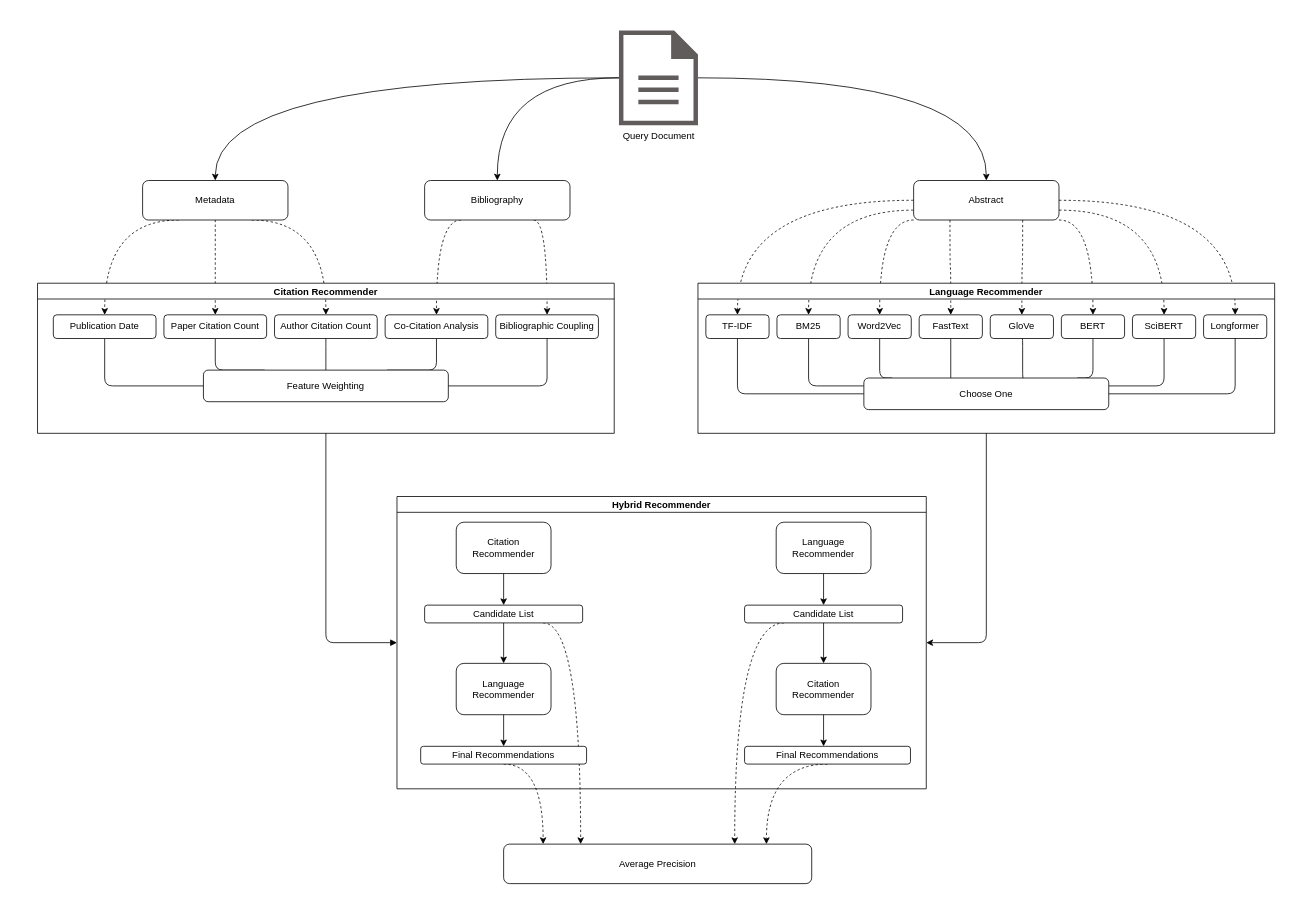
Above: static/hybrid-architecture.drawio in joel-beck/readnext (draw.io), before the change. Source tidied: cells renumbered, new cells numbered last; positions are measured from the earlier drawing's top-left corner, leaving out a move shared by most shapes. Both pictures are drawn from the tidied source at 79%, with x=0, y=0 at pixel (37, 30).
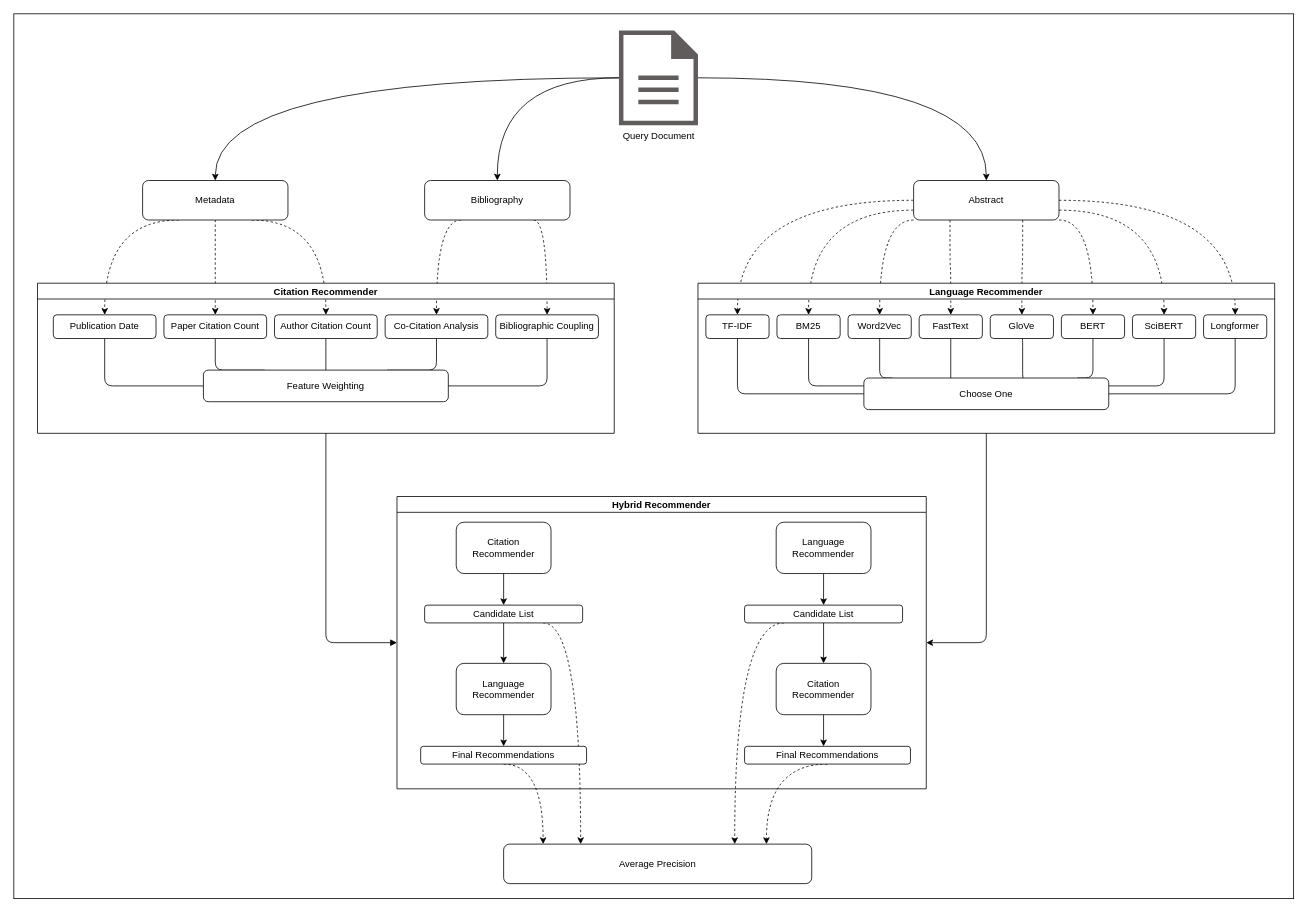
After the change.

Commit message (it also covers changes not shown here):
include boundary in diagram

Diff of the diagram source:
```diff
@@
+    <mxCell id="75" style="rounded=0;whiteSpace=wrap;html=1;strokeColor=default;fillColor=none;gradientColor=none;" parent="1" vertex="1">
+      <mxGeometry x="-30" y="-21" width="1620" height="1120" as="geometry" />
+    </mxCell>
```
